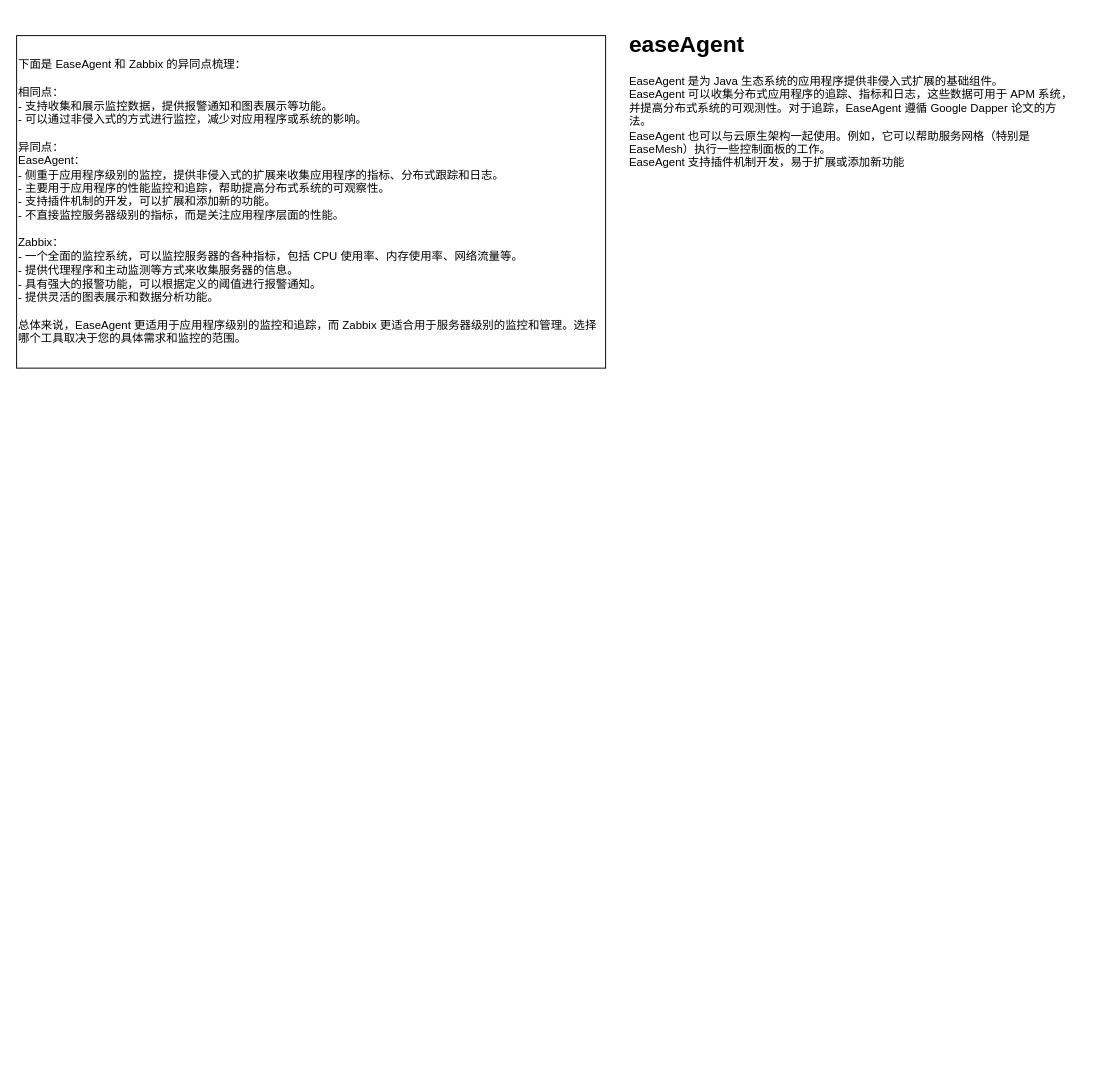
This is easeAgent.drawio from dengkefu/draw.io, a draw.io file, before an edit. Source tidied: cells renumbered, new cells numbered last; positions are measured from the earlier drawing's top-left corner, leaving out a move shared by most shapes. Both pictures are drawn from the tidied source at 95%, with x=0, y=0 at pixel (16, 26).
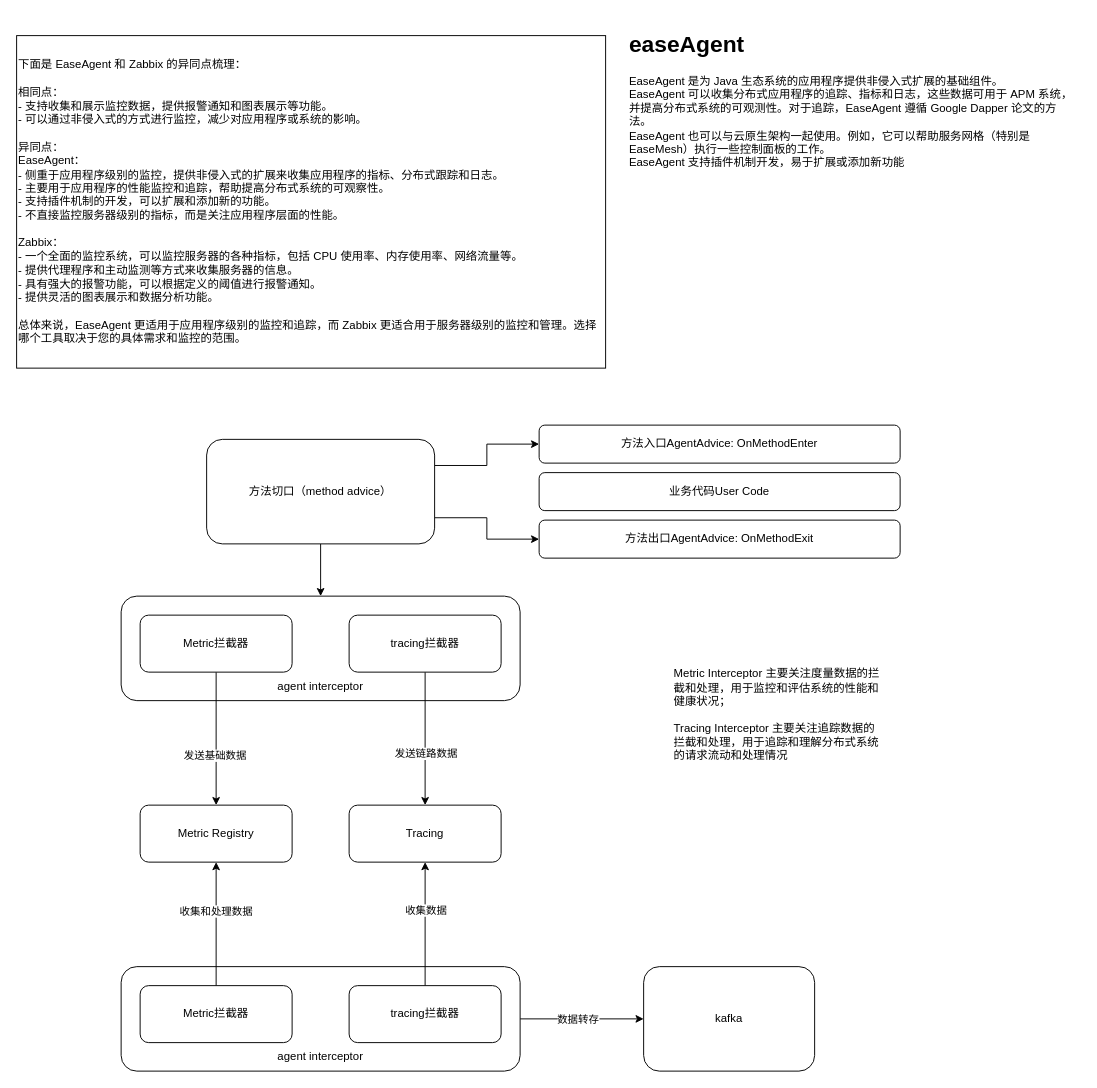
The same diagram, later.

What changed in the source:
```diff
@@
+    <mxCell id="4" style="edgeStyle=orthogonalEdgeStyle;rounded=0;jettySize=auto;html=1;exitX=1;exitY=0.25;exitDx=0;exitDy=0;entryX=0;entryY=0.5;entryDx=0;entryDy=0;" parent="1" edge="1" source="7" target="8">
+      <mxGeometry relative="1" as="geometry">
+        <Array as="points">
+          <mxPoint x="495" y="463" />
+          <mxPoint x="495" y="440" />
+        </Array>
+      </mxGeometry>
+    </mxCell>
+    <mxCell id="5" style="edgeStyle=orthogonalEdgeStyle;rounded=0;jettySize=auto;html=1;exitX=1;exitY=0.75;exitDx=0;exitDy=0;" parent="1" edge="1" source="7" target="10">
+      <mxGeometry relative="1" as="geometry" />
+    </mxCell>
+    <mxCell id="6" style="edgeStyle=orthogonalEdgeStyle;rounded=0;jettySize=auto;html=1;" parent="1" edge="1" source="7" target="11">
+      <mxGeometry relative="1" as="geometry" />
+    </mxCell>
+    <mxCell id="7" value="方法切口（method advice）" style="rounded=1;whiteSpace=wrap;html=1;" parent="1" vertex="1">
+      <mxGeometry x="200" y="435" width="240" height="110" as="geometry" />
+    </mxCell>
+    <mxCell id="8" value="方法入口AgentAdvice: OnMethodEnter" style="rounded=1;whiteSpace=wrap;html=1;" parent="1" vertex="1">
+      <mxGeometry x="550" y="420" width="380" height="40" as="geometry" />
+    </mxCell>
+    <mxCell id="9" value="业务代码User Code" style="rounded=1;whiteSpace=wrap;html=1;" parent="1" vertex="1">
+      <mxGeometry x="550" y="470" width="380" height="40" as="geometry" />
+    </mxCell>
+    <mxCell id="10" value="方法出口AgentAdvice: OnMethodExit" style="rounded=1;whiteSpace=wrap;html=1;" parent="1" vertex="1">
+      <mxGeometry x="550" y="520" width="380" height="40" as="geometry" />
+    </mxCell>
+    <mxCell id="11" style="rounded=1;whiteSpace=wrap;html=1;" parent="1" vertex="1">
+      <mxGeometry x="110" y="600" width="420" height="110" as="geometry" />
+    </mxCell>
+    <mxCell id="12" style="edgeStyle=orthogonalEdgeStyle;rounded=0;jettySize=auto;html=1;exitX=0.5;exitY=1;exitDx=0;exitDy=0;" parent="1" edge="1" source="14" target="19">
+      <mxGeometry relative="1" as="geometry" />
+    </mxCell>
+    <mxCell id="13" value="发送基础数据" style="edgeLabel;html=1;align=center;verticalAlign=middle;" parent="12" vertex="1">
+      <mxGeometry x="0.24" y="-2" relative="1" as="geometry" />
+    </mxCell>
+    <mxCell id="14" value="Metric拦截器" style="rounded=1;whiteSpace=wrap;html=1;" parent="1" vertex="1">
+      <mxGeometry x="130" y="620" width="160" height="60" as="geometry" />
+    </mxCell>
+    <mxCell id="15" style="edgeStyle=orthogonalEdgeStyle;rounded=0;jettySize=auto;html=1;exitX=0.5;exitY=1;exitDx=0;exitDy=0;" parent="1" edge="1" source="17" target="20">
+      <mxGeometry relative="1" as="geometry" />
+    </mxCell>
+    <mxCell id="16" value="发送链路数据" style="edgeLabel;html=1;align=center;verticalAlign=middle;" parent="15" vertex="1">
+      <mxGeometry x="0.21" relative="1" as="geometry" />
+    </mxCell>
+    <mxCell id="17" value="tracing拦截器" style="rounded=1;whiteSpace=wrap;html=1;" parent="1" vertex="1">
+      <mxGeometry x="350" y="620" width="160" height="60" as="geometry" />
+    </mxCell>
+    <mxCell id="18" value="agent interceptor" style="text;html=1;strokeColor=none;fillColor=none;align=center;verticalAlign=middle;whiteSpace=wrap;rounded=0;" parent="1" vertex="1">
+      <mxGeometry x="230" y="680" width="180" height="30" as="geometry" />
+    </mxCell>
+    <mxCell id="19" value="Metric Registry" style="rounded=1;whiteSpace=wrap;html=1;" parent="1" vertex="1">
+      <mxGeometry x="130" y="820" width="160" height="60" as="geometry" />
+    </mxCell>
+    <mxCell id="20" value="Tracing" style="rounded=1;whiteSpace=wrap;html=1;" parent="1" vertex="1">
+      <mxGeometry x="350" y="820" width="160" height="60" as="geometry" />
+    </mxCell>
+    <mxCell id="21" style="edgeStyle=orthogonalEdgeStyle;rounded=0;jettySize=auto;html=1;exitX=1;exitY=0.5;exitDx=0;exitDy=0;" parent="1" edge="1" source="23" target="31">
+      <mxGeometry relative="1" as="geometry" />
+    </mxCell>
+    <mxCell id="22" value="数据转存" style="edgeLabel;html=1;align=center;verticalAlign=middle;" parent="21" vertex="1">
+      <mxGeometry x="-0.26" y="4" relative="1" as="geometry">
+        <mxPoint x="12" y="4" as="offset" />
+      </mxGeometry>
+    </mxCell>
+    <mxCell id="23" style="rounded=1;whiteSpace=wrap;html=1;" parent="1" vertex="1">
+      <mxGeometry x="110" y="990" width="420" height="110" as="geometry" />
+    </mxCell>
+    <mxCell id="24" style="edgeStyle=orthogonalEdgeStyle;rounded=0;jettySize=auto;html=1;" parent="1" edge="1" source="26" target="19">
+      <mxGeometry relative="1" as="geometry" />
+    </mxCell>
+    <mxCell id="25" value="收集和处理数据" style="edgeLabel;html=1;align=center;verticalAlign=middle;" parent="24" vertex="1">
+      <mxGeometry x="0.22" y="1" relative="1" as="geometry" />
+    </mxCell>
+    <mxCell id="26" value="Metric拦截器" style="rounded=1;whiteSpace=wrap;html=1;" parent="1" vertex="1">
+      <mxGeometry x="130" y="1010" width="160" height="60" as="geometry" />
+    </mxCell>
+    <mxCell id="27" style="edgeStyle=orthogonalEdgeStyle;rounded=0;jettySize=auto;html=1;exitX=0.5;exitY=0;exitDx=0;exitDy=0;" parent="1" edge="1" source="29" target="20">
+      <mxGeometry relative="1" as="geometry" />
+    </mxCell>
+    <mxCell id="28" value="收集数据" style="edgeLabel;html=1;align=center;verticalAlign=middle;" parent="27" vertex="1">
+      <mxGeometry x="0.31" y="1" relative="1" as="geometry">
+        <mxPoint x="1" y="5" as="offset" />
+      </mxGeometry>
+    </mxCell>
+    <mxCell id="29" value="tracing拦截器" style="rounded=1;whiteSpace=wrap;html=1;" parent="1" vertex="1">
+      <mxGeometry x="350" y="1010" width="160" height="60" as="geometry" />
+    </mxCell>
+    <mxCell id="30" value="agent interceptor" style="text;html=1;strokeColor=none;fillColor=none;align=center;verticalAlign=middle;whiteSpace=wrap;rounded=0;" parent="1" vertex="1">
+      <mxGeometry x="230" y="1070" width="180" height="30" as="geometry" />
+    </mxCell>
+    <mxCell id="31" value="kafka" style="rounded=1;whiteSpace=wrap;html=1;" parent="1" vertex="1">
+      <mxGeometry x="660" y="990" width="180" height="110" as="geometry" />
+    </mxCell>
+    <mxCell id="32" value="Metric Interceptor 主要关注度量数据的拦截和处理，用于监控和评估系统的性能和健康状况；&lt;br&gt;&lt;br&gt;Tracing Interceptor 主要关注追踪数据的拦截和处理，用于追踪和理解分布式系统的请求流动和处理情况" style="text;html=1;strokeColor=none;fillColor=none;align=left;verticalAlign=middle;whiteSpace=wrap;rounded=0;" parent="1" vertex="1">
+      <mxGeometry x="690" y="650" width="220" height="150" as="geometry" />
+    </mxCell>
```
